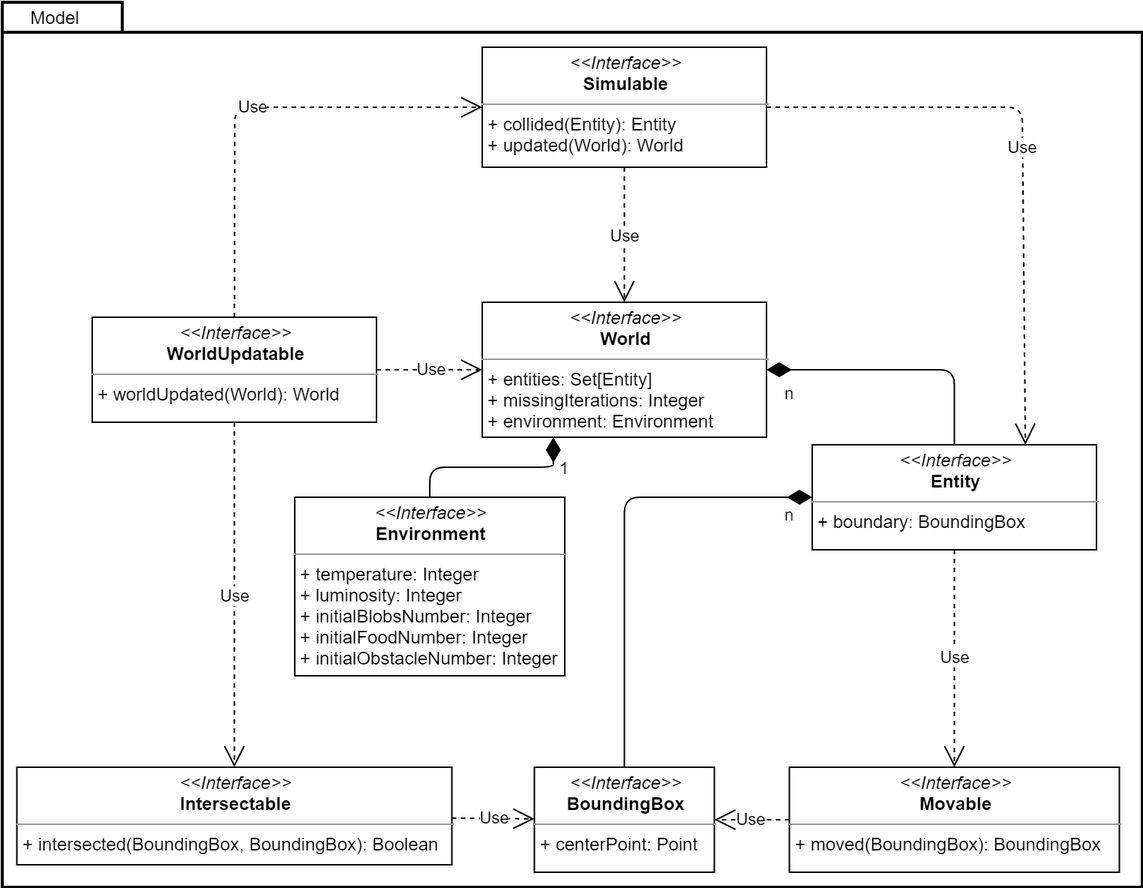
Above: doc/report/img/Model.png in danielegiulianini/evo-sim (draw.io), before the change. Source tidied: cells renumbered, new cells last; positions are measured from the earlier drawing's top-left corner, leaving out a move shared by most shapes.
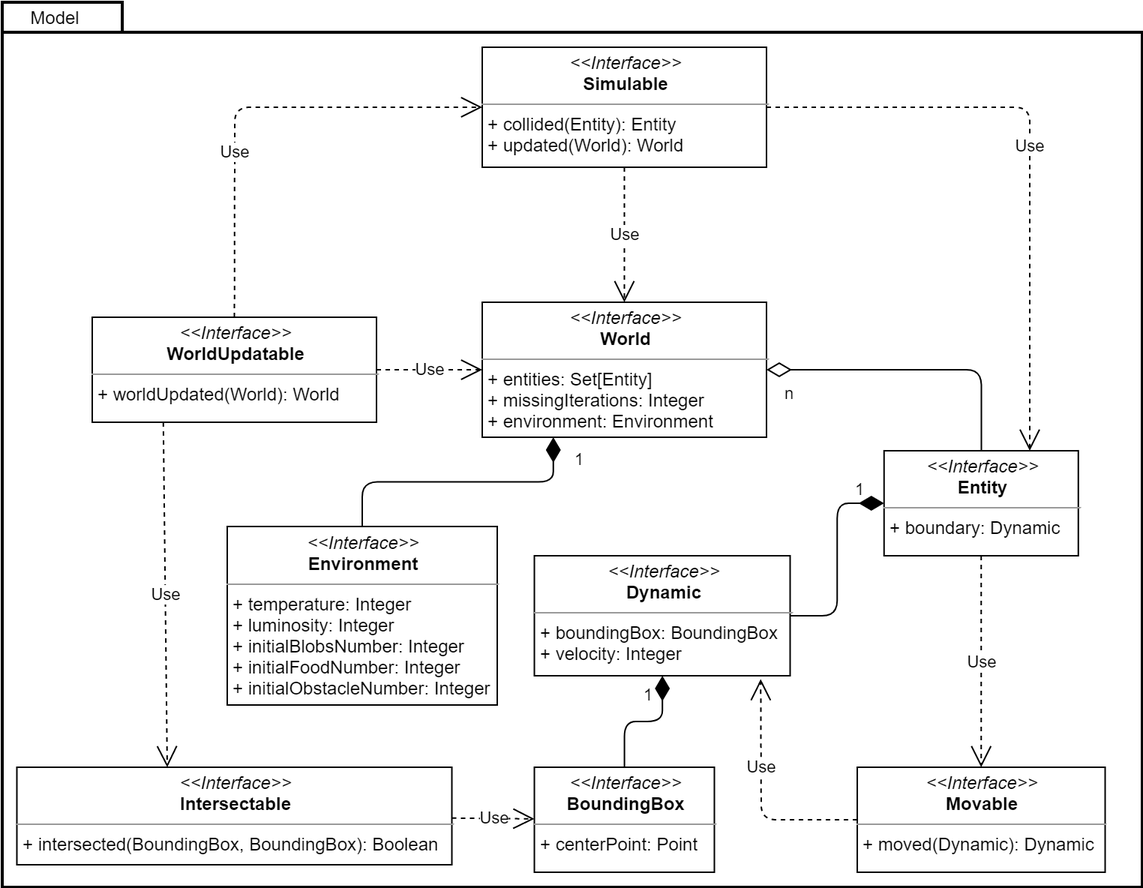
The same file after the commit.

Commit message:
Refine entity hierarchy architecture design

What changed in the source:
```diff
@@ -1,79 +1,93 @@
 <mxGraphModel>
   <root>
-    <mxCell id="0" />
-    <mxCell id="1" parent="0" />
-    <mxCell id="2" style="shape=folder;tabWidth=80;tabHeight=20;tabPosition=left;strokeWidth=2;html=1;whiteSpace=wrap;align=center;" parent="1" vertex="1">
-      <mxGeometry width="760" height="590" as="geometry" />
-    </mxCell>
-    <mxCell id="3" value="&lt;p style=&quot;margin: 0px ; margin-top: 4px ; text-align: center&quot;&gt;&lt;i&gt;&amp;lt;&amp;lt;Interface&amp;gt;&amp;gt;&lt;/i&gt;&lt;br&gt;&lt;b&gt;Entity&lt;/b&gt;&lt;/p&gt;&lt;hr size=&quot;1&quot;&gt;&lt;p style=&quot;margin: 0px ; margin-left: 4px&quot;&gt;+ boundary: BoundingBox&lt;br&gt;&lt;/p&gt;" style="verticalAlign=top;align=left;overflow=fill;fontSize=12;fontFamily=Helvetica;html=1;" parent="1" vertex="1">
-      <mxGeometry x="540" y="295" width="189.5" height="70" as="geometry" />
-    </mxCell>
+    <mxCell id="23" />
+    <mxCell id="24" parent="23" />
+    <mxCell id="25" style="shape=folder;tabWidth=80;tabHeight=20;tabPosition=left;strokeWidth=2;html=1;whiteSpace=wrap;align=center;" parent="24" vertex="1">
+      <mxGeometry width="760" height="590" as="geometry" />
+    </mxCell>
+    <mxCell id="26" value="&lt;p style=&quot;margin: 0px ; margin-top: 4px ; text-align: center&quot;&gt;&lt;i&gt;&amp;lt;&amp;lt;Interface&amp;gt;&amp;gt;&lt;/i&gt;&lt;br&gt;&lt;b&gt;Entity&lt;/b&gt;&lt;/p&gt;&lt;hr size=&quot;1&quot;&gt;&lt;p style=&quot;margin: 0px ; margin-left: 4px&quot;&gt;+ boundary: Dynamic&lt;br&gt;&lt;/p&gt;" style="verticalAlign=top;align=left;overflow=fill;fontSize=12;fontFamily=Helvetica;html=1;" parent="24" vertex="1">
+      <mxGeometry x="587.9" y="299" width="129.5" height="70" as="geometry" />
+    </mxCell>
-    <mxCell id="4" value="&lt;p style=&quot;margin: 0px ; margin-top: 4px ; text-align: center&quot;&gt;&lt;i&gt;&amp;lt;&amp;lt;Interface&amp;gt;&amp;gt;&lt;/i&gt;&lt;br&gt;&lt;b&gt;World&lt;/b&gt;&lt;/p&gt;&lt;hr size=&quot;1&quot;&gt;&lt;p style=&quot;margin: 0px ; margin-left: 4px&quot;&gt;+ entities: Set[Entity]&lt;br&gt;&lt;/p&gt;&lt;p style=&quot;margin: 0px ; margin-left: 4px&quot;&gt;+ missing&lt;span&gt;Iterations: Integer&lt;/span&gt;&lt;/p&gt;&lt;p style=&quot;margin: 0px ; margin-left: 4px&quot;&gt;&lt;span&gt;+ environment: Enviro&lt;/span&gt;&lt;span&gt;nment&lt;/span&gt;&lt;/p&gt;" style="verticalAlign=top;align=left;overflow=fill;fontSize=12;fontFamily=Helvetica;html=1;" parent="1" vertex="1">
+    <mxCell id="4" value="&lt;p style=&quot;margin: 0px ; margin-top: 4px ; text-align: center&quot;&gt;&lt;i&gt;&amp;lt;&amp;lt;Interface&amp;gt;&amp;gt;&lt;/i&gt;&lt;br&gt;&lt;b&gt;World&lt;/b&gt;&lt;/p&gt;&lt;hr size=&quot;1&quot;&gt;&lt;p style=&quot;margin: 0px ; margin-left: 4px&quot;&gt;+ entities: Set[Entity]&lt;br&gt;&lt;/p&gt;&lt;p style=&quot;margin: 0px ; margin-left: 4px&quot;&gt;+ missing&lt;span&gt;Iterations: Integer&lt;/span&gt;&lt;/p&gt;&lt;p style=&quot;margin: 0px ; margin-left: 4px&quot;&gt;&lt;span&gt;+ environment: Enviro&lt;/span&gt;&lt;span&gt;nment&lt;/span&gt;&lt;/p&gt;" style="verticalAlign=top;align=left;overflow=fill;fontSize=12;fontFamily=Helvetica;html=1;" parent="24" vertex="1">
       <mxGeometry x="320" y="200" width="189.5" height="90" as="geometry" />
     </mxCell>
-    <mxCell id="5" value="Model" style="text;html=1;align=center;verticalAlign=middle;" parent="1" vertex="1">
+    <mxCell id="5" value="Model" style="text;html=1;align=center;verticalAlign=middle;" parent="24" vertex="1">
       <mxGeometry x="9.8" width="50" height="20" as="geometry" />
     </mxCell>
-    <mxCell id="6" value="&lt;p style=&quot;margin: 0px ; margin-top: 4px ; text-align: center&quot;&gt;&lt;i&gt;&amp;lt;&amp;lt;Interface&amp;gt;&amp;gt;&lt;/i&gt;&lt;br&gt;&lt;b&gt;Movable&lt;/b&gt;&lt;/p&gt;&lt;hr size=&quot;1&quot;&gt;&lt;p style=&quot;margin: 0px ; margin-left: 4px&quot;&gt;+ moved(BoundingBox): BoundingBox&lt;br&gt;&lt;/p&gt;" style="verticalAlign=top;align=left;overflow=fill;fontSize=12;fontFamily=Helvetica;html=1;" parent="1" vertex="1">
-      <mxGeometry x="524.8" y="510" width="220" height="70" as="geometry" />
-    </mxCell>
-    <mxCell id="7" value="Use" style="endArrow=open;endSize=12;dashed=1;html=1;" parent="1" edge="1" source="3" target="6">
-      <mxGeometry relative="1" as="geometry" />
-    </mxCell>
+    <mxCell id="27" value="&lt;p style=&quot;margin: 0px ; margin-top: 4px ; text-align: center&quot;&gt;&lt;i&gt;&amp;lt;&amp;lt;Interface&amp;gt;&amp;gt;&lt;/i&gt;&lt;br&gt;&lt;b&gt;Movable&lt;/b&gt;&lt;/p&gt;&lt;hr size=&quot;1&quot;&gt;&lt;p style=&quot;margin: 0px ; margin-left: 4px&quot;&gt;+ moved(Dynamic): Dynamic&lt;br&gt;&lt;/p&gt;" style="verticalAlign=top;align=left;overflow=fill;fontSize=12;fontFamily=Helvetica;html=1;" parent="24" vertex="1">
+      <mxGeometry x="570" y="510" width="165.2" height="70" as="geometry" />
+    </mxCell>
+    <mxCell id="28" value="Use" style="endArrow=open;endSize=12;dashed=1;html=1;" parent="24" edge="1" source="26" target="27">
+      <mxGeometry relative="1" as="geometry" />
+    </mxCell>
-    <mxCell id="8" value="1" style="endArrow=none;html=1;endSize=12;startArrow=diamondThin;startSize=14;startFill=1;edgeStyle=orthogonalEdgeStyle;align=left;verticalAlign=bottom;endFill=0;exitX=0.25;exitY=1;exitDx=0;exitDy=0;" parent="1" edge="1" source="4" target="14">
-      <mxGeometry x="-0.67" y="10" relative="1" as="geometry">
+    <mxCell id="8" value="1" style="endArrow=none;html=1;endSize=12;startArrow=diamondThin;startSize=14;startFill=1;edgeStyle=orthogonalEdgeStyle;align=left;verticalAlign=bottom;endFill=0;exitX=0.25;exitY=1;exitDx=0;exitDy=0;" parent="24" edge="1" source="4" target="14">
+      <mxGeometry x="-0.75" y="10" relative="1" as="geometry">
         <mxPoint x="3" as="offset" />
       </mxGeometry>
     </mxCell>
-    <mxCell id="9" value="n" style="endArrow=none;html=1;endSize=12;startArrow=diamondThin;startSize=14;startFill=1;edgeStyle=orthogonalEdgeStyle;align=left;verticalAlign=bottom;endFill=0;" parent="1" edge="1" source="4" target="3">
-      <mxGeometry x="0.71" y="-115" relative="1" as="geometry" />
-    </mxCell>
+    <mxCell id="29" value="n" style="endArrow=none;html=1;endSize=12;startArrow=diamondThin;startSize=14;startFill=0;edgeStyle=orthogonalEdgeStyle;align=left;verticalAlign=bottom;endFill=0;" parent="24" edge="1" source="4" target="26">
+      <mxGeometry x="0.71" y="-133" relative="1" as="geometry" />
+    </mxCell>
-    <mxCell id="10" value="&lt;p style=&quot;margin: 0px ; margin-top: 4px ; text-align: center&quot;&gt;&lt;i&gt;&amp;lt;&amp;lt;Interface&amp;gt;&amp;gt;&lt;/i&gt;&lt;br&gt;&lt;b&gt;WorldUpdat&lt;/b&gt;&lt;b&gt;able&lt;/b&gt;&lt;/p&gt;&lt;hr size=&quot;1&quot;&gt;&lt;p style=&quot;margin: 0px ; margin-left: 4px&quot;&gt;&lt;span&gt;+ worldUpdated(World): World&lt;/span&gt;&lt;/p&gt;" style="verticalAlign=top;align=left;overflow=fill;fontSize=12;fontFamily=Helvetica;html=1;" parent="1" vertex="1">
+    <mxCell id="10" value="&lt;p style=&quot;margin: 0px ; margin-top: 4px ; text-align: center&quot;&gt;&lt;i&gt;&amp;lt;&amp;lt;Interface&amp;gt;&amp;gt;&lt;/i&gt;&lt;br&gt;&lt;b&gt;WorldUpdat&lt;/b&gt;&lt;b&gt;able&lt;/b&gt;&lt;/p&gt;&lt;hr size=&quot;1&quot;&gt;&lt;p style=&quot;margin: 0px ; margin-left: 4px&quot;&gt;&lt;span&gt;+ worldUpdated(World): World&lt;/span&gt;&lt;/p&gt;" style="verticalAlign=top;align=left;overflow=fill;fontSize=12;fontFamily=Helvetica;html=1;" parent="24" vertex="1">
       <mxGeometry x="60" y="210" width="189.5" height="70" as="geometry" />
     </mxCell>
-    <mxCell id="11" value="&lt;p style=&quot;margin: 0px ; margin-top: 4px ; text-align: center&quot;&gt;&lt;i&gt;&amp;lt;&amp;lt;Interface&amp;gt;&amp;gt;&lt;/i&gt;&lt;br&gt;&lt;b&gt;Simulable&lt;/b&gt;&lt;/p&gt;&lt;hr size=&quot;1&quot;&gt;&lt;p style=&quot;margin: 0px ; margin-left: 4px&quot;&gt;+ collided(Entity): Entity&lt;br&gt;+ updated(World&lt;span&gt;): World&lt;/span&gt;&lt;/p&gt;" style="verticalAlign=top;align=left;overflow=fill;fontSize=12;fontFamily=Helvetica;html=1;" parent="1" vertex="1">
+    <mxCell id="11" value="&lt;p style=&quot;margin: 0px ; margin-top: 4px ; text-align: center&quot;&gt;&lt;i&gt;&amp;lt;&amp;lt;Interface&amp;gt;&amp;gt;&lt;/i&gt;&lt;br&gt;&lt;b&gt;Simulable&lt;/b&gt;&lt;/p&gt;&lt;hr size=&quot;1&quot;&gt;&lt;p style=&quot;margin: 0px ; margin-left: 4px&quot;&gt;+ collided(Entity): Entity&lt;br&gt;+ updated(World&lt;span&gt;): World&lt;/span&gt;&lt;/p&gt;" style="verticalAlign=top;align=left;overflow=fill;fontSize=12;fontFamily=Helvetica;html=1;" parent="24" vertex="1">
       <mxGeometry x="320" y="30" width="189.5" height="80" as="geometry" />
     </mxCell>
-    <mxCell id="12" value="&lt;p style=&quot;margin: 0px ; margin-top: 4px ; text-align: center&quot;&gt;&lt;i&gt;&amp;lt;&amp;lt;Interface&amp;gt;&amp;gt;&lt;/i&gt;&lt;br&gt;&lt;b&gt;Intersectable&lt;/b&gt;&lt;/p&gt;&lt;hr size=&quot;1&quot;&gt;&lt;p style=&quot;margin: 0px ; margin-left: 4px&quot;&gt;+ intersected(BoundingBox, BoundingBox): Boolean&lt;br&gt;&lt;/p&gt;" style="verticalAlign=top;align=left;overflow=fill;fontSize=12;fontFamily=Helvetica;html=1;" parent="1" vertex="1">
+    <mxCell id="12" value="&lt;p style=&quot;margin: 0px ; margin-top: 4px ; text-align: center&quot;&gt;&lt;i&gt;&amp;lt;&amp;lt;Interface&amp;gt;&amp;gt;&lt;/i&gt;&lt;br&gt;&lt;b&gt;Intersectable&lt;/b&gt;&lt;/p&gt;&lt;hr size=&quot;1&quot;&gt;&lt;p style=&quot;margin: 0px ; margin-left: 4px&quot;&gt;+ intersected(BoundingBox, BoundingBox): Boolean&lt;br&gt;&lt;/p&gt;" style="verticalAlign=top;align=left;overflow=fill;fontSize=12;fontFamily=Helvetica;html=1;" parent="24" vertex="1">
       <mxGeometry x="9.8" y="510" width="290" height="65" as="geometry" />
     </mxCell>
-    <mxCell id="13" value="&lt;p style=&quot;margin: 0px ; margin-top: 4px ; text-align: center&quot;&gt;&lt;i&gt;&amp;lt;&amp;lt;Interface&amp;gt;&amp;gt;&lt;/i&gt;&lt;br&gt;&lt;b&gt;BoundingBox&lt;/b&gt;&lt;/p&gt;&lt;hr size=&quot;1&quot;&gt;&lt;p style=&quot;margin: 0px ; margin-left: 4px&quot;&gt;+ centerPoint: Point&lt;br&gt;&lt;/p&gt;" style="verticalAlign=top;align=left;overflow=fill;fontSize=12;fontFamily=Helvetica;html=1;" parent="1" vertex="1">
+    <mxCell id="13" value="&lt;p style=&quot;margin: 0px ; margin-top: 4px ; text-align: center&quot;&gt;&lt;i&gt;&amp;lt;&amp;lt;Interface&amp;gt;&amp;gt;&lt;/i&gt;&lt;br&gt;&lt;b&gt;BoundingBox&lt;/b&gt;&lt;/p&gt;&lt;hr size=&quot;1&quot;&gt;&lt;p style=&quot;margin: 0px ; margin-left: 4px&quot;&gt;+ centerPoint: Point&lt;/p&gt;" style="verticalAlign=top;align=left;overflow=fill;fontSize=12;fontFamily=Helvetica;html=1;" parent="24" vertex="1">
       <mxGeometry x="354.8" y="510" width="120" height="70" as="geometry" />
     </mxCell>
-    <mxCell id="14" value="&lt;p style=&quot;margin: 0px ; margin-top: 4px ; text-align: center&quot;&gt;&lt;i&gt;&amp;lt;&amp;lt;Interface&amp;gt;&amp;gt;&lt;/i&gt;&lt;br&gt;&lt;b&gt;Environment&lt;/b&gt;&lt;/p&gt;&lt;hr size=&quot;1&quot;&gt;&lt;p style=&quot;margin: 0px ; margin-left: 4px&quot;&gt;+ temperature: Integer&lt;br style=&quot;padding: 0px ; margin: 0px&quot;&gt;+ luminosity: Integer&lt;br style=&quot;padding: 0px ; margin: 0px&quot;&gt;+ initialBlobsNumber: Integer&lt;br style=&quot;padding: 0px ; margin: 0px&quot;&gt;+ initialFoodNumber: Integer&lt;br style=&quot;padding: 0px ; margin: 0px&quot;&gt;+ initialObstacleNumber: Integer&lt;br&gt;&lt;/p&gt;" style="verticalAlign=top;align=left;overflow=fill;fontSize=12;fontFamily=Helvetica;html=1;" parent="1" vertex="1">
-      <mxGeometry x="195" y="330" width="180" height="119" as="geometry" />
+    <mxCell id="14" value="&lt;p style=&quot;margin: 0px ; margin-top: 4px ; text-align: center&quot;&gt;&lt;i&gt;&amp;lt;&amp;lt;Interface&amp;gt;&amp;gt;&lt;/i&gt;&lt;br&gt;&lt;b&gt;Environment&lt;/b&gt;&lt;/p&gt;&lt;hr size=&quot;1&quot;&gt;&lt;p style=&quot;margin: 0px ; margin-left: 4px&quot;&gt;+ temperature: Integer&lt;br style=&quot;padding: 0px ; margin: 0px&quot;&gt;+ luminosity: Integer&lt;br style=&quot;padding: 0px ; margin: 0px&quot;&gt;+ initialBlobsNumber: Integer&lt;br style=&quot;padding: 0px ; margin: 0px&quot;&gt;+ initialFoodNumber: Integer&lt;br style=&quot;padding: 0px ; margin: 0px&quot;&gt;+ initialObstacleNumber: Integer&lt;br&gt;&lt;/p&gt;" style="verticalAlign=top;align=left;overflow=fill;fontSize=12;fontFamily=Helvetica;html=1;" parent="24" vertex="1">
+      <mxGeometry x="150" y="349.5" width="180" height="119" as="geometry" />
     </mxCell>
-    <mxCell id="15" value="Use" style="endArrow=open;endSize=12;dashed=1;html=1;entryX=0.75;entryY=0;entryDx=0;entryDy=0;" parent="1" edge="1" source="11" target="3">
+    <mxCell id="15" value="Use" style="endArrow=open;endSize=12;dashed=1;html=1;entryX=0.75;entryY=0;entryDx=0;entryDy=0;" parent="24" edge="1" source="11" target="26">
       <mxGeometry relative="1" as="geometry">
         <Array as="points">
-          <mxPoint x="680" y="70" />
+          <mxPoint x="685" y="70" />
         </Array>
       </mxGeometry>
     </mxCell>
-    <mxCell id="16" value="Use" style="endArrow=open;endSize=12;dashed=1;html=1;" parent="1" edge="1" source="10" target="4">
+    <mxCell id="16" value="Use" style="endArrow=open;endSize=12;dashed=1;html=1;" parent="24" edge="1" source="10" target="4">
       <mxGeometry relative="1" as="geometry" />
     </mxCell>
-    <mxCell id="17" value="Use" style="endArrow=open;endSize=12;dashed=1;html=1;" parent="1" edge="1" source="12" target="13">
+    <mxCell id="17" value="Use" style="endArrow=open;endSize=12;dashed=1;html=1;" parent="24" edge="1" source="12" target="13">
       <mxGeometry relative="1" as="geometry" />
     </mxCell>
-    <mxCell id="18" value="Use" style="endArrow=open;endSize=12;dashed=1;html=1;" parent="1" edge="1" source="10" target="12">
-      <mxGeometry relative="1" as="geometry" />
-    </mxCell>
-    <mxCell id="19" value="Use" style="endArrow=open;endSize=12;dashed=1;html=1;" parent="1" edge="1" source="6" target="13">
-      <mxGeometry relative="1" as="geometry" />
-    </mxCell>
+    <mxCell id="30" value="Use" style="endArrow=open;endSize=12;dashed=1;html=1;exitX=0.25;exitY=1;exitDx=0;exitDy=0;" parent="24" edge="1" source="10">
+      <mxGeometry relative="1" as="geometry">
+        <mxPoint x="110" y="510" as="targetPoint" />
+      </mxGeometry>
+    </mxCell>
+    <mxCell id="31" value="Use" style="endArrow=open;endSize=12;dashed=1;html=1;exitX=0;exitY=0.5;exitDx=0;exitDy=0;entryX=0.885;entryY=1.028;entryDx=0;entryDy=0;entryPerimeter=0;" parent="24" edge="1" source="27" target="33">
+      <mxGeometry x="0.26" relative="1" as="geometry">
+        <Array as="points">
+          <mxPoint x="506" y="545" />
+        </Array>
+      </mxGeometry>
+    </mxCell>
-    <mxCell id="20" value="Use" style="endArrow=open;endSize=12;dashed=1;html=1;" parent="1" edge="1" source="11" target="4">
+    <mxCell id="20" value="Use" style="endArrow=open;endSize=12;dashed=1;html=1;" parent="24" edge="1" source="11" target="4">
       <mxGeometry relative="1" as="geometry" />
     </mxCell>
-    <mxCell id="21" value="n" style="endArrow=none;html=1;endSize=12;startArrow=diamondThin;startSize=14;startFill=1;edgeStyle=orthogonalEdgeStyle;align=left;verticalAlign=bottom;endFill=0;" parent="1" edge="1" source="3" target="13">
-      <mxGeometry x="-0.05" y="105" relative="1" as="geometry" />
-    </mxCell>
+    <mxCell id="32" value="1" style="endArrow=none;html=1;endSize=12;startArrow=diamondThin;startSize=14;startFill=1;edgeStyle=orthogonalEdgeStyle;align=left;verticalAlign=bottom;endFill=0;" parent="24" edge="1" source="26" target="33">
+      <mxGeometry x="-0.69" relative="1" as="geometry" />
+    </mxCell>
-    <mxCell id="22" value="Use" style="endArrow=open;endSize=12;dashed=1;html=1;" parent="1" edge="1" source="10" target="11">
-      <mxGeometry relative="1" as="geometry">
+    <mxCell id="22" value="Use" style="endArrow=open;endSize=12;dashed=1;html=1;" parent="24" edge="1" source="10" target="11">
+      <mxGeometry x="-0.28" relative="1" as="geometry">
         <Array as="points">
           <mxPoint x="155" y="70" />
         </Array>
       </mxGeometry>
     </mxCell>
+    <mxCell id="33" value="&lt;p style=&quot;margin: 0px ; margin-top: 4px ; text-align: center&quot;&gt;&lt;i&gt;&amp;lt;&amp;lt;Interface&amp;gt;&amp;gt;&lt;/i&gt;&lt;br&gt;&lt;b&gt;Dynamic&lt;/b&gt;&lt;/p&gt;&lt;hr size=&quot;1&quot;&gt;&lt;p style=&quot;margin: 0px ; margin-left: 4px&quot;&gt;+ boundingBox: BoundingBox&lt;br&gt;&lt;/p&gt;&lt;p style=&quot;margin: 0px ; margin-left: 4px&quot;&gt;+ velocity: Integer&lt;/p&gt;" style="verticalAlign=top;align=left;overflow=fill;fontSize=12;fontFamily=Helvetica;html=1;" parent="24" vertex="1">
+      <mxGeometry x="354.8" y="369" width="170.5" height="80" as="geometry" />
+    </mxCell>
+    <mxCell id="34" value="1" style="endArrow=none;html=1;endSize=12;startArrow=diamondThin;startSize=14;startFill=1;edgeStyle=orthogonalEdgeStyle;align=left;verticalAlign=bottom;endFill=0;" parent="24" edge="1" source="33" target="13">
+      <mxGeometry x="0.04" y="-10" relative="1" as="geometry">
+        <mxPoint y="1" as="offset" />
+      </mxGeometry>
+    </mxCell>
   </root>
 </mxGraphModel>
```
